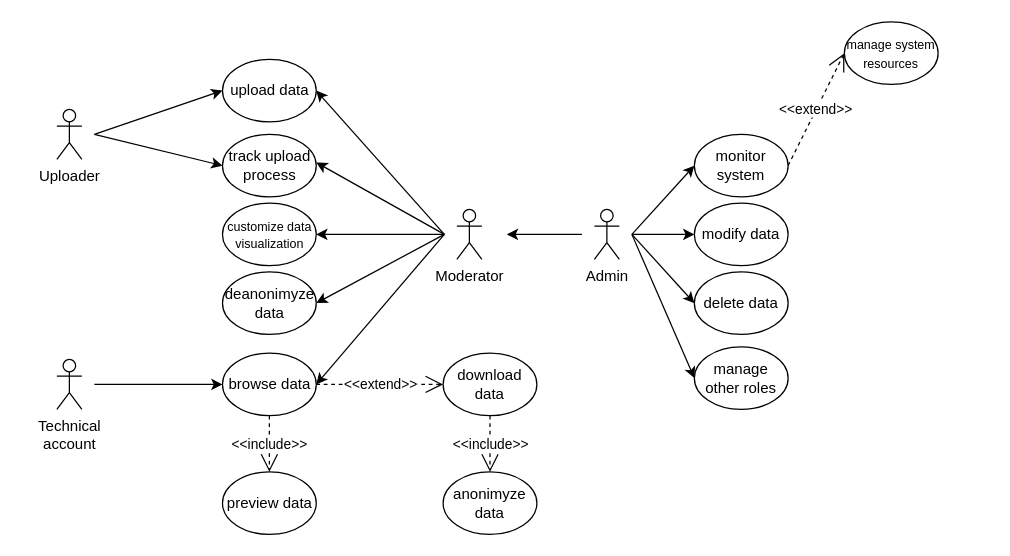
Above: Diagrams/UseCaseDiagram.drawio in citec-spbu/MedicalDataService (draw.io), before the change. Source tidied: cells renumbered, new cells numbered last; positions are measured from the earlier drawing's top-left corner, leaving out a move shared by most shapes. Both pictures are drawn from the tidied source at 125%, with x=0, y=0 at pixel (56, 21).
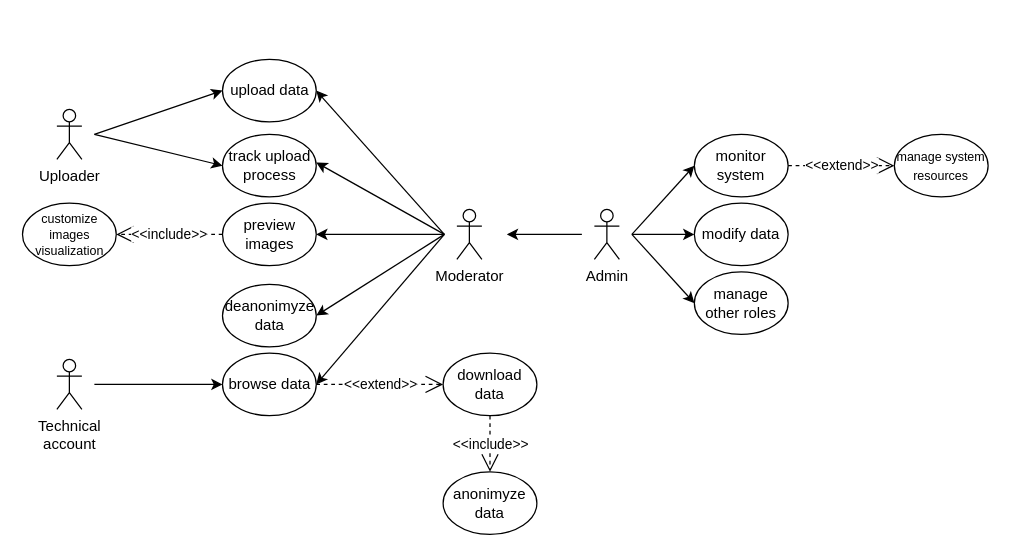
The same diagram, later.

Commit message:
fix: update useCase diagram

The change refers to these unchanged cells:
```xml
<mxCell id="26" value="browse data" style="ellipse;whiteSpace=wrap;html=1;" parent="1" vertex="1">
  <mxGeometry x="132.5" y="265" width="75" height="50" as="geometry" />
</mxCell>
```

Change to the diagram source:
```diff
@@
-    <mxCell id="9" value="delete data" style="ellipse;whiteSpace=wrap;html=1;" parent="1" vertex="1">
-      <mxGeometry x="510" y="200" width="75" height="50" as="geometry" />
-    </mxCell>
@@
     <mxCell id="11" value="deanonimyze&lt;div&gt;data&lt;/div&gt;" style="ellipse;whiteSpace=wrap;html=1;" parent="1" vertex="1">
-      <mxGeometry x="132.5" y="200" width="75" height="50" as="geometry" />
+      <mxGeometry x="132.5" y="210" width="75" height="50" as="geometry" />
     </mxCell>
-    <mxCell id="12" value="&lt;p style=&quot;line-height: 100%;&quot;&gt;&lt;font style=&quot;font-size: 10px;&quot;&gt;customize data visualization&lt;/font&gt;&lt;/p&gt;" style="ellipse;whiteSpace=wrap;html=1;" parent="1" vertex="1">
-      <mxGeometry x="132.5" y="145" width="75" height="50" as="geometry" />
+    <mxCell id="12" value="&lt;p style=&quot;line-height: 100%;&quot;&gt;&lt;font style=&quot;font-size: 10px;&quot;&gt;customize images visualization&lt;/font&gt;&lt;/p&gt;" style="ellipse;whiteSpace=wrap;html=1;" parent="1" vertex="1">
+      <mxGeometry x="-27.5" y="145" width="75" height="50" as="geometry" />
     </mxCell>
@@
-    <mxCell id="16" style="endArrow=classic;html=1;rounded=0;entryX=1;entryY=0.5;entryDx=0;entryDy=0;" parent="1" edge="1" target="12">
+    <mxCell id="16" style="endArrow=classic;html=1;rounded=0;entryX=1;entryY=0.5;entryDx=0;entryDy=0;" parent="1" edge="1" target="27">
       <mxGeometry relative="1" as="geometry">
         <mxPoint x="310" y="170" as="sourcePoint" />
       </mxGeometry>
     </mxCell>
@@
-    <mxCell id="23" style="endArrow=classic;html=1;rounded=0;entryX=0;entryY=0.5;entryDx=0;entryDy=0;" parent="1" edge="1" target="9">
-      <mxGeometry relative="1" as="geometry">
-        <mxPoint x="460" y="170" as="sourcePoint" />
-      </mxGeometry>
-    </mxCell>
@@
-    <mxCell id="27" value="preview data" style="ellipse;whiteSpace=wrap;html=1;" parent="1" vertex="1">
-      <mxGeometry x="132.5" y="360" width="75" height="50" as="geometry" />
+    <mxCell id="27" value="preview images" style="ellipse;whiteSpace=wrap;html=1;" parent="1" vertex="1">
+      <mxGeometry x="132.5" y="145" width="75" height="50" as="geometry" />
     </mxCell>
-    <mxCell id="28" value="&amp;lt;&amp;lt;include&amp;gt;&amp;gt;" style="endArrow=open;endSize=12;dashed=1;html=1;rounded=0;entryX=0.5;entryY=0;entryDx=0;entryDy=0;exitX=0.5;exitY=1;exitDx=0;exitDy=0;" parent="1" edge="1" source="26" target="27">
+    <mxCell id="28" value="&amp;lt;&amp;lt;include&amp;gt;&amp;gt;" style="endArrow=open;endSize=12;dashed=1;html=1;rounded=0;entryX=1;entryY=0.5;entryDx=0;entryDy=0;exitX=0;exitY=0.5;exitDx=0;exitDy=0;" parent="1" edge="1" source="27" target="12">
       <mxGeometry relative="1" as="geometry" />
     </mxCell>
     <mxCell id="29" value="&lt;font style=&quot;font-size: 10px;&quot;&gt;manage system resources&lt;/font&gt;" style="ellipse;whiteSpace=wrap;html=1;" parent="1" vertex="1">
-      <mxGeometry x="630" width="75" height="50" as="geometry" />
+      <mxGeometry x="670" y="90" width="75" height="50" as="geometry" />
     </mxCell>
@@
     <mxCell id="34" value="manage other roles" style="ellipse;whiteSpace=wrap;html=1;" parent="1" vertex="1">
-      <mxGeometry x="510" y="260" width="75" height="50" as="geometry" />
+      <mxGeometry x="510" y="200" width="75" height="50" as="geometry" />
     </mxCell>
```
